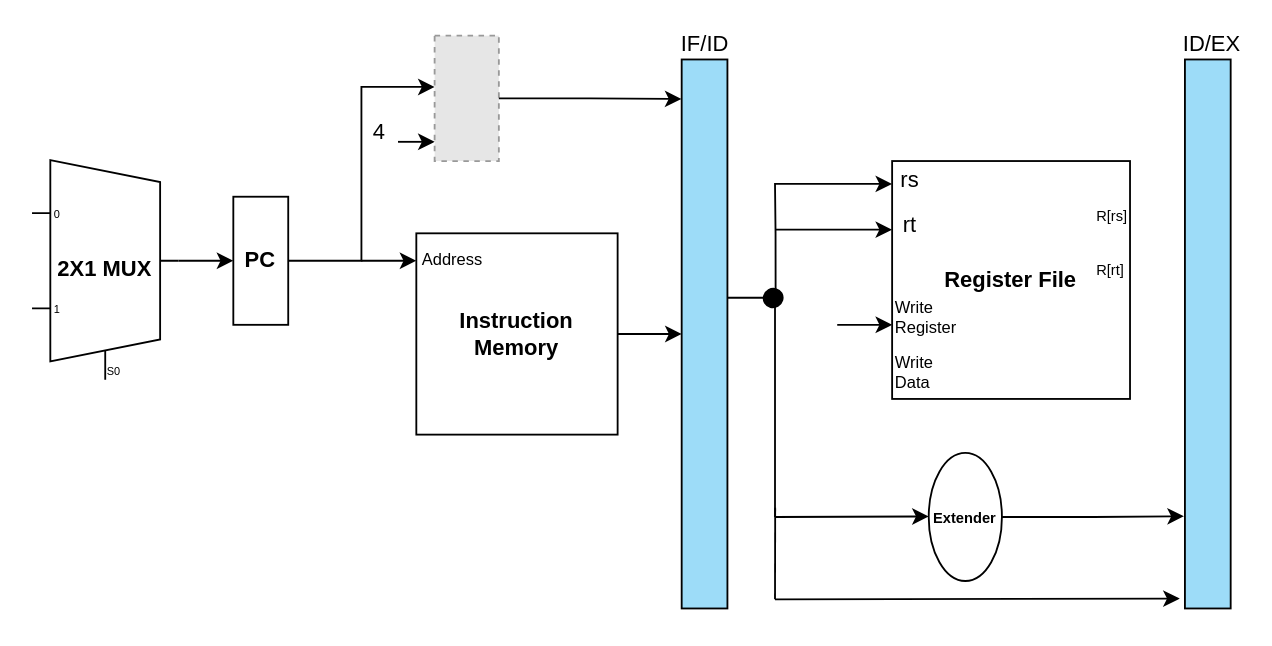
Earlier version of the draw.io diagram MIPS.drawio (amroatefelshafey/Pipelined-MIPS-Processor). Source tidied: cells renumbered, new cells numbered last; positions are measured from the earlier drawing's top-left corner, leaving out a move shared by most shapes. Both pictures are drawn from the tidied source at 183%, with x=0, y=0 at pixel (31, 35). Pictures stored in the file or linked from it are replaced by grey dashed boxes.
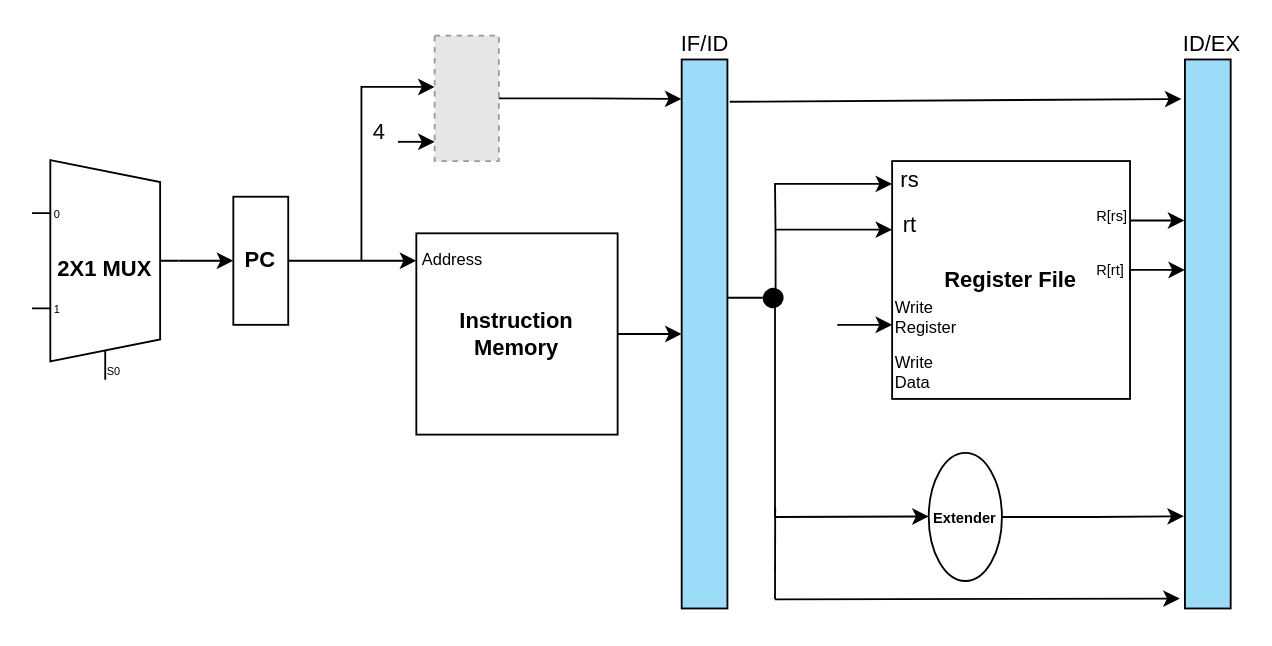
The same diagram, later.

The change refers to these unchanged cells:
```xml
<mxCell id="11" style="rounded=0;whiteSpace=wrap;html=1;fontColor=light-dark(#9ddcf8, #ededed);fillColor=light-dark(#9ddcf8, #ededed);points=[[0,0,0,0,0],[0,0.25,0,0,0],[0,0.5,0,0,0],[0,0.75,0,0,0],[0,1,0,0,0],[0.25,0,0,0,0],[0.25,1,0,0,0],[0.5,0,0,0,0],[0.5,1,0,0,0],[0.75,0,0,0,0],[0.75,1,0,0,0],[1,0,0,0,0],[1,0.25,0,0,0],[1,0.5,0,0,0],[1,0.75,0,0,0],[1,1,0,0,0]];" parent="1" vertex="1">
  <mxGeometry x="355" y="13" width="25" height="300" as="geometry" />
</mxCell>
<mxCell id="16" value="&lt;b&gt;Register File&lt;/b&gt;" style="whiteSpace=wrap;html=1;" parent="15" vertex="1">
  <mxGeometry width="130" height="130" as="geometry" />
</mxCell>
<mxCell id="32" style="rounded=0;whiteSpace=wrap;html=1;fontColor=light-dark(#9ddcf8, #ededed);fillColor=light-dark(#9ddcf8, #ededed);points=[[0,0,0,0,0],[0,0.25,0,0,0],[0,0.5,0,0,0],[0,0.75,0,0,0],[0,1,0,0,0],[0.25,0,0,0,0],[0.25,1,0,0,0],[0.5,0,0,0,0],[0.5,1,0,0,0],[0.75,0,0,0,0],[0.75,1,0,0,0],[1,0,0,0,0],[1,0.25,0,0,0],[1,0.5,0,0,0],[1,0.75,0,0,0],[1,1,0,0,0]];" parent="1" vertex="1">
  <mxGeometry x="630" y="13" width="25" height="300" as="geometry" />
</mxCell>
```

Change to the diagram source:
```diff
@@
+    <mxCell id="37" style="edgeStyle=orthogonalEdgeStyle;rounded=0;jettySize=auto;html=1;exitX=1;exitY=0.25;exitDx=0;exitDy=0;entryX=-0.013;entryY=0.292;entryDx=0;entryDy=0;entryPerimeter=0;" parent="1" edge="1" source="16" target="32">
+      <mxGeometry relative="1" as="geometry" />
+    </mxCell>
+    <mxCell id="38" style="edgeStyle=orthogonalEdgeStyle;rounded=0;jettySize=auto;html=1;exitX=1;exitY=0.5;exitDx=0;exitDy=0;" parent="1" edge="1" source="16" target="32">
+      <mxGeometry relative="1" as="geometry">
+        <Array as="points">
+          <mxPoint x="600" y="128" />
+        </Array>
+      </mxGeometry>
+    </mxCell>
+    <mxCell id="39" style="endArrow=classic;html=1;rounded=0;exitX=1.051;exitY=0.077;exitDx=0;exitDy=0;exitPerimeter=0;entryX=-0.076;entryY=0.072;entryDx=0;entryDy=0;entryPerimeter=0;" parent="1" edge="1" source="11" target="32">
+      <mxGeometry relative="1" as="geometry" />
+    </mxCell>
```
